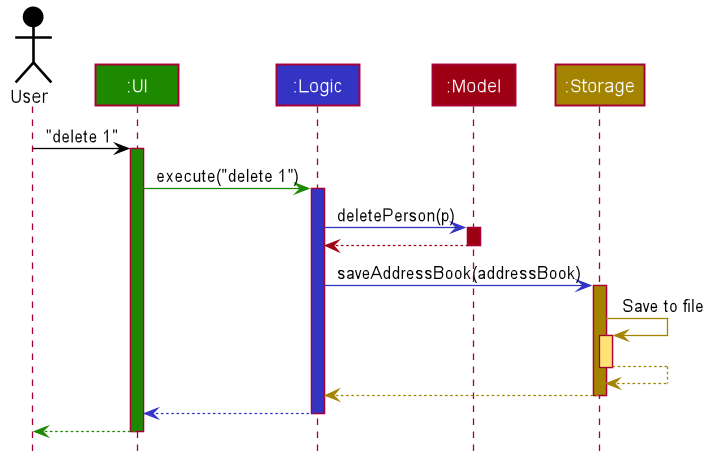
The PlantUML diagram docs/images/ArchitectureSequenceDiagram.png in nus-cs2103-AY2223S1/tp, before a commit.
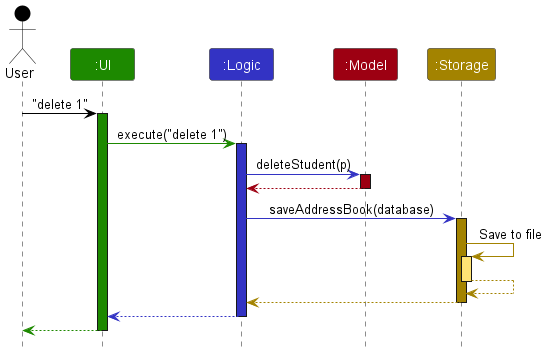
After the change.

The edit, as a diff of the source:
```diff
@@ -1,85 +1,38 @@
 @startuml
+!include style.puml
 
+Actor User as user USER_COLOR
+Participant ":UI" as ui UI_COLOR
+Participant ":Logic" as logic LOGIC_COLOR
+Participant ":Model" as model MODEL_COLOR
+Participant ":Storage" as storage STORAGE_COLOR
 
+user -[USER_COLOR]> ui : "delete 1"
+activate ui UI_COLOR
 
+ui -[UI_COLOR]> logic : execute("delete 1")
+activate logic LOGIC_COLOR
 
+logic -[LOGIC_COLOR]> model : deleteStudent(p)
+activate model MODEL_COLOR
 
-
-
-
-skinparam BackgroundColor #FFFFFFF
-
-skinparam Shadowing false
-
-skinparam Class {
-    FontColor #FFFFFF
-    BorderThickness 1
-    BorderColor #FFFFFF
-    StereotypeFontColor #FFFFFF
-    FontName Arial
-}
-
-skinparam Actor {
-    BorderColor #000000
-    Color #000000
-    FontName Arial
-}
-
-skinparam Sequence {
-    MessageAlign center
-    BoxFontSize 15
-    BoxPadding 0
-    BoxFontColor #FFFFFF
-    FontName Arial
-}
-
-skinparam Participant {
-    FontColor #FFFFFFF
-    Padding 20
-}
-
-skinparam MinClassWidth 50
-skinparam ParticipantPadding 10
-skinparam Shadowing false
-skinparam DefaultTextAlignment center
-skinparam packageStyle Rectangle
-
-hide footbox
-hide members
-hide circle
-
-Actor User as user #000000
-Participant ":UI" as ui #1D8900
-Participant ":Logic" as logic #3333C4
-Participant ":Model" as model #9D0012
-Participant ":Storage" as storage #A38300
-
-user -[#000000]> ui : "delete 1"
-activate ui #1D8900
-
-ui -[#1D8900]> logic : execute("delete 1")
-activate logic #3333C4
-
-logic -[#3333C4]> model : deletePerson(p)
-activate model #9D0012
-
-model -[#9D0012]-> logic
+model -[MODEL_COLOR]-> logic
 deactivate model
 
-logic -[#3333C4]> storage : saveAddressBook(addressBook)
-activate storage #A38300
+logic -[LOGIC_COLOR]> storage : saveAddressBook(database)
+activate storage STORAGE_COLOR
 
-storage -[#A38300]> storage : Save to file
-activate storage #FFE374
-storage --[#A38300]> storage
+storage -[STORAGE_COLOR]> storage : Save to file
+activate storage STORAGE_COLOR_T1
+storage --[STORAGE_COLOR]> storage
 deactivate storage
 
-storage --[#A38300]> logic
+storage --[STORAGE_COLOR]> logic
 deactivate storage
 
-logic --[#3333C4]> ui
+logic --[LOGIC_COLOR]> ui
 deactivate logic
 
-ui--[#1D8900]> user
+ui--[UI_COLOR]> user
 deactivate ui
 @enduml
```
